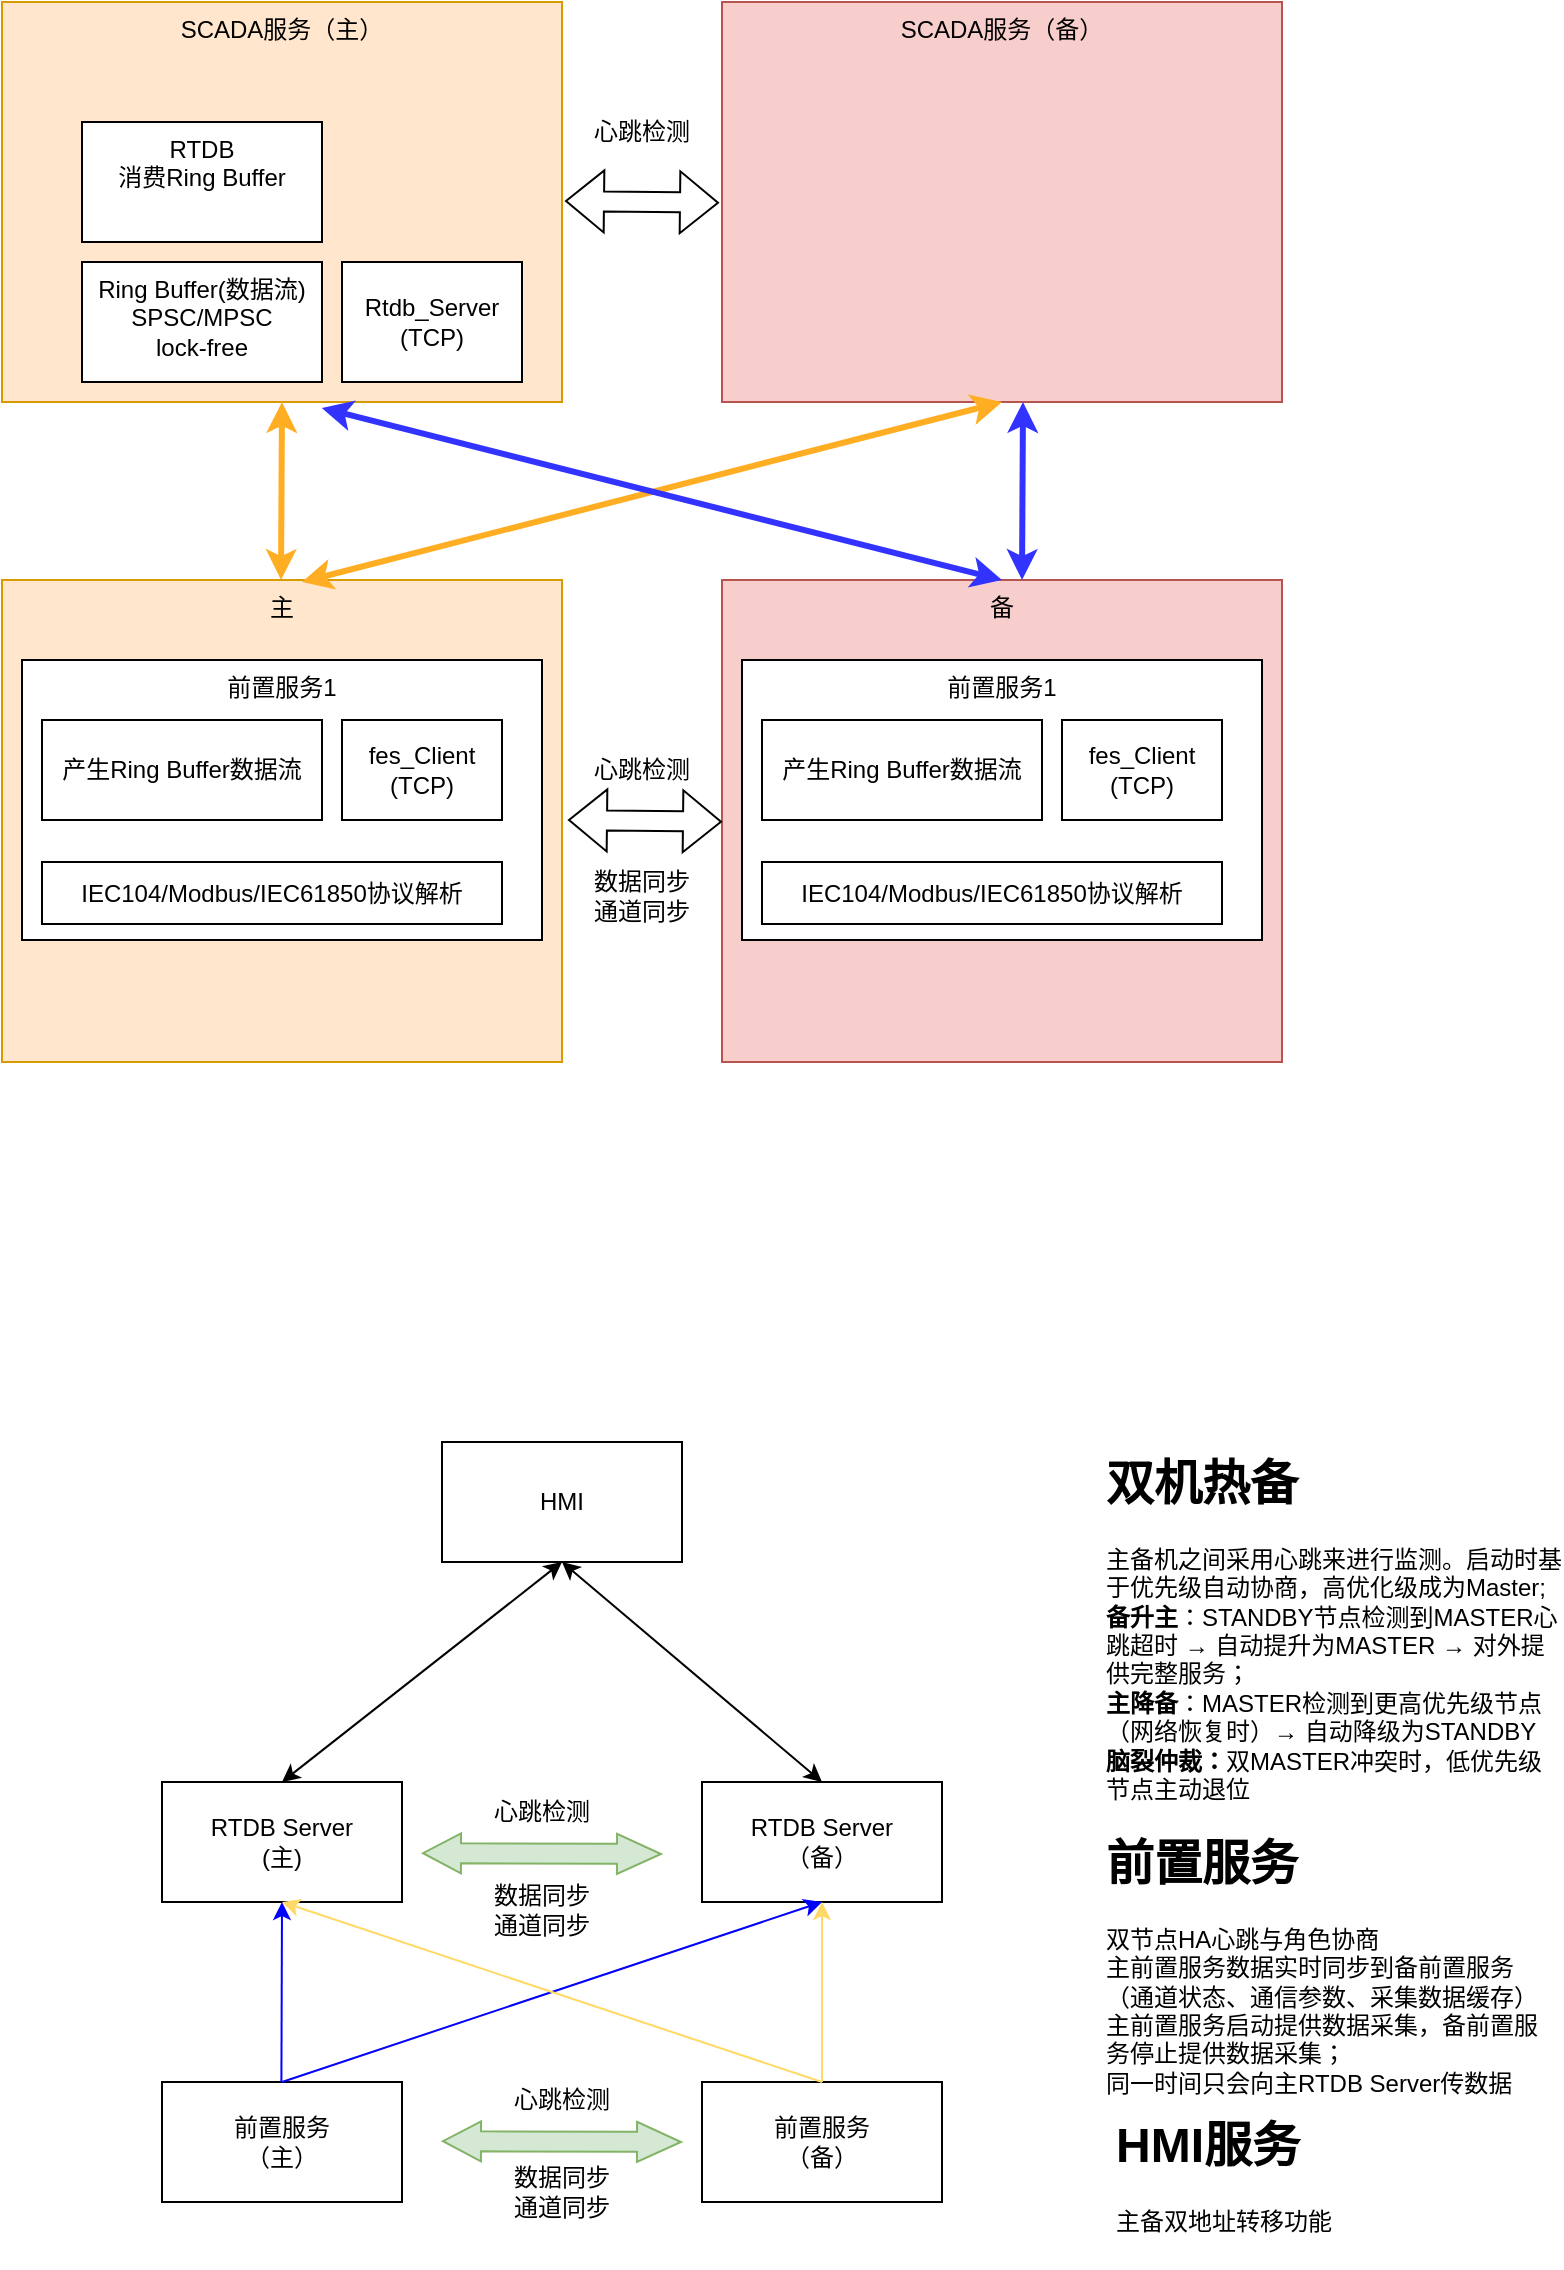
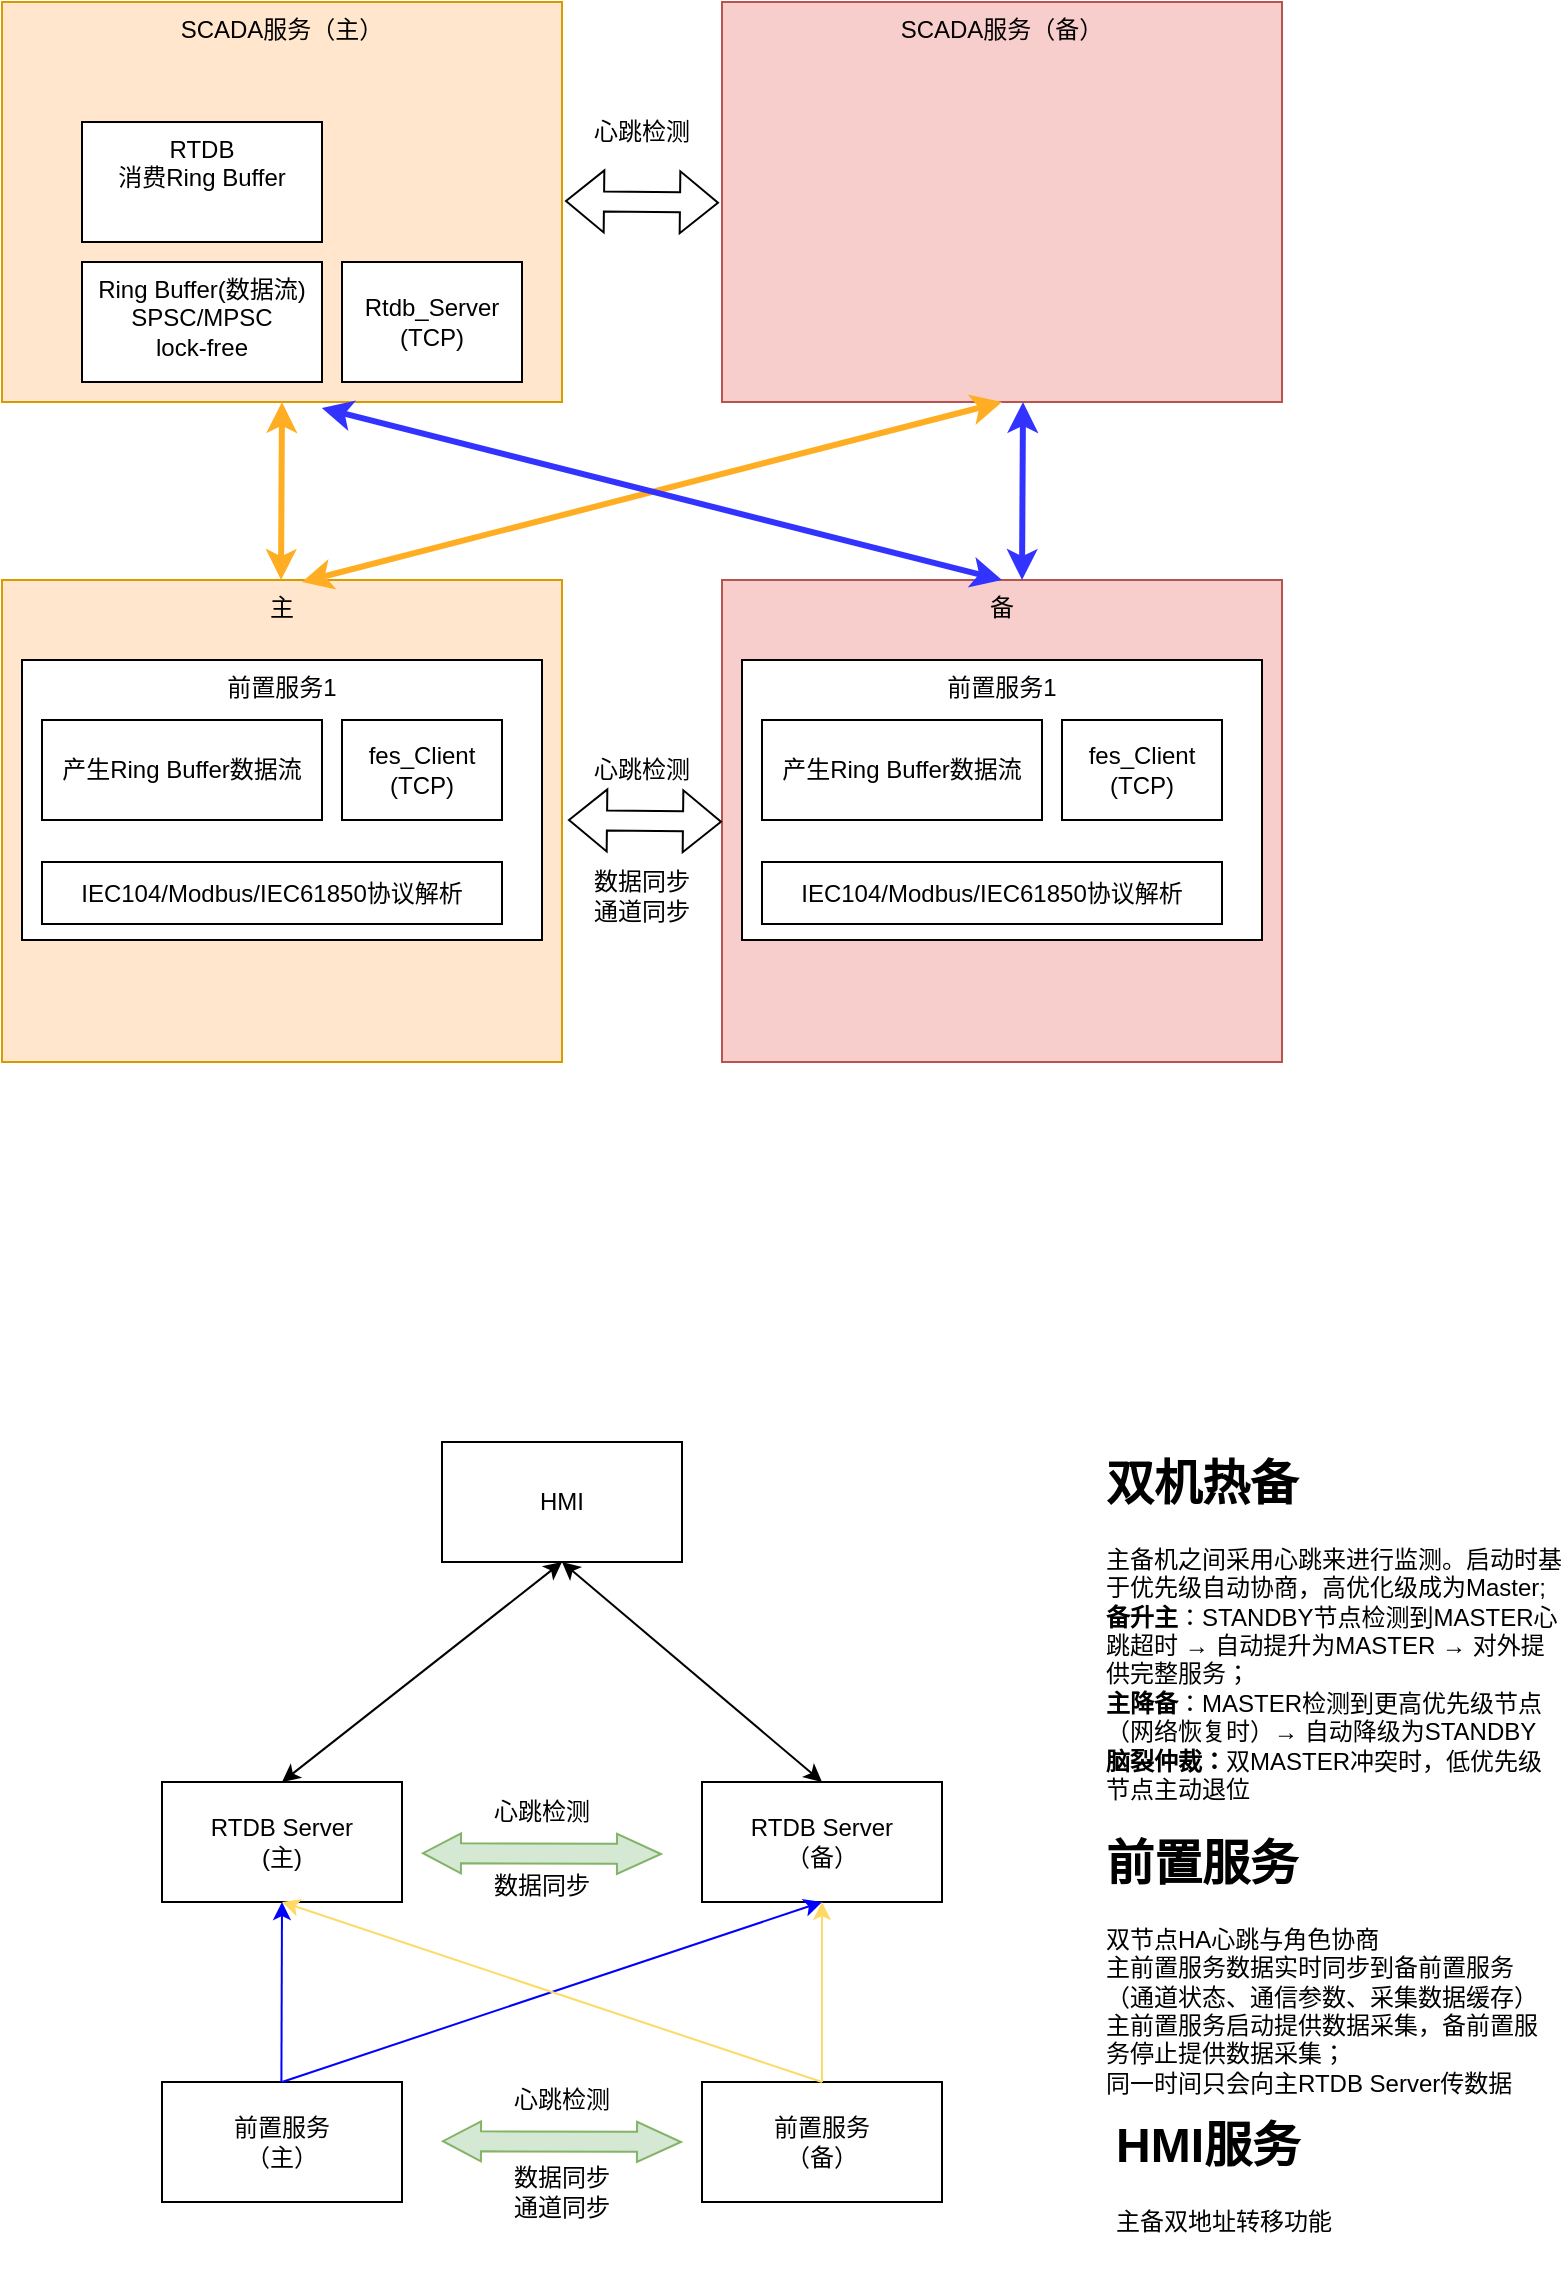
<mxfile host="app.diagrams.net">
  <diagram name="第 1 页" id="B8DYWfWQNEIOsyKvfK1-">
    <mxGraphModel dx="824" dy="457" grid="1" gridSize="10" guides="1" tooltips="1" connect="1" arrows="1" fold="1" page="1" pageScale="1" pageWidth="827" pageHeight="1169" math="0" shadow="0">
      <root>
        <mxCell id="0" />
        <mxCell id="1" parent="0" />
        <mxCell id="kAXPQYTb_9ZiN3N-kw4B-1" parent="1" style="rounded=0;whiteSpace=wrap;html=1;verticalAlign=top;fillColor=#ffe6cc;strokeColor=#d79b00;" value="SCADA服务（主）" vertex="1">
          <mxGeometry height="200" width="280" x="50" y="200" as="geometry" />
        </mxCell>
        <mxCell id="kAXPQYTb_9ZiN3N-kw4B-2" parent="1" style="rounded=0;whiteSpace=wrap;html=1;verticalAlign=top;fillColor=#ffe6cc;strokeColor=#d79b00;" value="主" vertex="1">
          <mxGeometry height="241" width="280" x="50" y="489" as="geometry" />
        </mxCell>
        <mxCell id="kAXPQYTb_9ZiN3N-kw4B-4" parent="1" style="rounded=0;whiteSpace=wrap;html=1;verticalAlign=top;fillColor=#f8cecc;strokeColor=#b85450;" value="SCADA服务（备）" vertex="1">
          <mxGeometry height="200" width="280" x="410" y="200" as="geometry" />
        </mxCell>
        <mxCell id="kAXPQYTb_9ZiN3N-kw4B-5" parent="1" style="rounded=0;whiteSpace=wrap;html=1;verticalAlign=top;align=center;" value="前置服务1" vertex="1">
          <mxGeometry height="140" width="260" x="60" y="529" as="geometry" />
        </mxCell>
        <mxCell id="kAXPQYTb_9ZiN3N-kw4B-9" parent="1" style="rounded=0;whiteSpace=wrap;html=1;verticalAlign=top;" value="Ring Buffer(数据流)&lt;div&gt;SPSC/MPSC&lt;/div&gt;&lt;div&gt;lock-free&lt;/div&gt;" vertex="1">
          <mxGeometry height="60" width="120" x="90" y="330" as="geometry" />
        </mxCell>
        <mxCell id="kAXPQYTb_9ZiN3N-kw4B-10" parent="1" style="rounded=0;whiteSpace=wrap;html=1;verticalAlign=top;" value="RTDB&lt;div&gt;消费Ring Buffer&lt;/div&gt;" vertex="1">
          <mxGeometry height="60" width="120" x="90" y="260" as="geometry" />
        </mxCell>
        <mxCell id="kAXPQYTb_9ZiN3N-kw4B-11" parent="1" style="rounded=0;whiteSpace=wrap;html=1;" value="产生Ring Buffer数据流" vertex="1">
          <mxGeometry height="50" width="140" x="70" y="559" as="geometry" />
        </mxCell>
        <mxCell id="kAXPQYTb_9ZiN3N-kw4B-12" edge="1" parent="1" style="endArrow=classic;startArrow=classic;html=1;rounded=0;entryX=0.5;entryY=1;entryDx=0;entryDy=0;strokeColor=#FFAE23;strokeWidth=3;" target="kAXPQYTb_9ZiN3N-kw4B-1" value="">
          <mxGeometry height="50" relative="1" width="50" as="geometry">
            <mxPoint x="189.5" y="489" as="sourcePoint" />
            <mxPoint x="189.5" y="423" as="targetPoint" />
          </mxGeometry>
        </mxCell>
        <mxCell id="kAXPQYTb_9ZiN3N-kw4B-13" parent="1" style="rounded=0;whiteSpace=wrap;html=1;" value="fes_Client&lt;div&gt;(TCP)&lt;/div&gt;" vertex="1">
          <mxGeometry height="50" width="80" x="220" y="559" as="geometry" />
        </mxCell>
        <mxCell id="kAXPQYTb_9ZiN3N-kw4B-15" parent="1" style="rounded=0;whiteSpace=wrap;html=1;" value="Rtdb_Server&lt;div&gt;(TCP)&lt;/div&gt;" vertex="1">
          <mxGeometry height="60" width="90" x="220" y="330" as="geometry" />
        </mxCell>
        <mxCell id="kAXPQYTb_9ZiN3N-kw4B-16" edge="1" parent="1" style="endArrow=classic;startArrow=classic;html=1;rounded=0;entryX=0.5;entryY=1;entryDx=0;entryDy=0;strokeColor=#FFAE23;strokeWidth=3;" target="kAXPQYTb_9ZiN3N-kw4B-4" value="">
          <mxGeometry height="50" relative="1" width="50" as="geometry">
            <mxPoint x="200" y="490" as="sourcePoint" />
            <mxPoint x="219" y="423" as="targetPoint" />
          </mxGeometry>
        </mxCell>
        <mxCell id="kAXPQYTb_9ZiN3N-kw4B-17" parent="1" style="rounded=0;whiteSpace=wrap;html=1;verticalAlign=top;fillColor=#f8cecc;strokeColor=#b85450;" value="备" vertex="1">
          <mxGeometry height="241" width="280" x="410" y="489" as="geometry" />
        </mxCell>
        <mxCell id="kAXPQYTb_9ZiN3N-kw4B-18" parent="1" style="rounded=0;whiteSpace=wrap;html=1;verticalAlign=top;align=center;" value="前置服务1" vertex="1">
          <mxGeometry height="140" width="260" x="420" y="529" as="geometry" />
        </mxCell>
        <mxCell id="kAXPQYTb_9ZiN3N-kw4B-20" parent="1" style="rounded=0;whiteSpace=wrap;html=1;" value="产生Ring Buffer数据流" vertex="1">
          <mxGeometry height="50" width="140" x="430" y="559" as="geometry" />
        </mxCell>
        <mxCell id="kAXPQYTb_9ZiN3N-kw4B-21" parent="1" style="rounded=0;whiteSpace=wrap;html=1;" value="fes_Client&lt;div&gt;(TCP)&lt;/div&gt;" vertex="1">
          <mxGeometry height="50" width="80" x="580" y="559" as="geometry" />
        </mxCell>
        <mxCell id="kAXPQYTb_9ZiN3N-kw4B-22" edge="1" parent="1" style="endArrow=classic;startArrow=classic;html=1;rounded=0;entryX=0.5;entryY=1;entryDx=0;entryDy=0;strokeColor=#3333FF;strokeWidth=3;" value="">
          <mxGeometry height="50" relative="1" width="50" as="geometry">
            <mxPoint x="560" y="489" as="sourcePoint" />
            <mxPoint x="560.5" y="400" as="targetPoint" />
          </mxGeometry>
        </mxCell>
        <mxCell id="kAXPQYTb_9ZiN3N-kw4B-23" edge="1" parent="1" source="kAXPQYTb_9ZiN3N-kw4B-17" style="endArrow=classic;startArrow=classic;html=1;rounded=0;entryX=0.571;entryY=1.015;entryDx=0;entryDy=0;entryPerimeter=0;strokeWidth=3;strokeColor=#3333FF;exitX=0.5;exitY=0;exitDx=0;exitDy=0;" target="kAXPQYTb_9ZiN3N-kw4B-1" value="">
          <mxGeometry height="50" relative="1" width="50" as="geometry">
            <mxPoint x="550" y="480" as="sourcePoint" />
            <mxPoint x="590" y="439" as="targetPoint" />
          </mxGeometry>
        </mxCell>
        <mxCell id="kAXPQYTb_9ZiN3N-kw4B-25" edge="1" parent="1" style="shape=flexArrow;endArrow=classic;startArrow=classic;html=1;rounded=0;entryX=0.025;entryY=0.556;entryDx=0;entryDy=0;entryPerimeter=0;" value="">
          <mxGeometry height="100" relative="1" width="100" as="geometry">
            <mxPoint x="333" y="609" as="sourcePoint" />
            <mxPoint x="410" y="609.836" as="targetPoint" />
          </mxGeometry>
        </mxCell>
        <mxCell id="kAXPQYTb_9ZiN3N-kw4B-26" parent="1" style="text;html=1;whiteSpace=wrap;strokeColor=none;fillColor=none;align=center;verticalAlign=middle;rounded=0;" value="心跳检测" vertex="1">
          <mxGeometry height="30" width="60" x="340" y="569" as="geometry" />
        </mxCell>
        <mxCell id="kAXPQYTb_9ZiN3N-kw4B-31" parent="1" style="rounded=0;whiteSpace=wrap;html=1;" value="IEC104/Modbus/IEC61850协议解析" vertex="1">
          <mxGeometry height="31" width="230" x="70" y="630" as="geometry" />
        </mxCell>
        <mxCell id="kAXPQYTb_9ZiN3N-kw4B-32" parent="1" style="rounded=0;whiteSpace=wrap;html=1;" value="IEC104/Modbus/IEC61850协议解析" vertex="1">
          <mxGeometry height="31" width="230" x="430" y="630" as="geometry" />
        </mxCell>
        <mxCell id="kAXPQYTb_9ZiN3N-kw4B-33" edge="1" parent="1" style="shape=flexArrow;endArrow=classic;startArrow=classic;html=1;rounded=0;entryX=0.025;entryY=0.556;entryDx=0;entryDy=0;entryPerimeter=0;" value="">
          <mxGeometry height="100" relative="1" width="100" as="geometry">
            <mxPoint x="331.5" y="299.5" as="sourcePoint" />
            <mxPoint x="408.5" y="300.336" as="targetPoint" />
          </mxGeometry>
        </mxCell>
        <mxCell id="kAXPQYTb_9ZiN3N-kw4B-39" parent="1" style="text;html=1;whiteSpace=wrap;strokeColor=none;fillColor=none;align=center;verticalAlign=middle;rounded=0;" value="数据同步&lt;div&gt;通道同步&lt;/div&gt;" vertex="1">
          <mxGeometry height="30" width="60" x="340" y="632" as="geometry" />
        </mxCell>
        <mxCell id="3wZPl1CzNyx5cLSE645p-1" parent="1" style="text;html=1;whiteSpace=wrap;strokeColor=none;fillColor=none;align=center;verticalAlign=middle;rounded=0;" value="心跳检测" vertex="1">
          <mxGeometry height="30" width="60" x="340" y="250" as="geometry" />
        </mxCell>
        <mxCell id="3wZPl1CzNyx5cLSE645p-2" parent="1" style="rounded=0;whiteSpace=wrap;html=1;" value="HMI" vertex="1">
          <mxGeometry height="60" width="120" x="270" y="920" as="geometry" />
        </mxCell>
        <mxCell id="3wZPl1CzNyx5cLSE645p-3" parent="1" style="rounded=0;whiteSpace=wrap;html=1;" value="&lt;div&gt;RTDB Server&lt;/div&gt;(主)" vertex="1">
          <mxGeometry height="60" width="120" x="130" y="1090" as="geometry" />
        </mxCell>
        <mxCell id="3wZPl1CzNyx5cLSE645p-4" parent="1" style="rounded=0;whiteSpace=wrap;html=1;" value="&lt;div&gt;RTDB Server&lt;/div&gt;&lt;div&gt;（备）&lt;/div&gt;" vertex="1">
          <mxGeometry height="60" width="120" x="400" y="1090" as="geometry" />
        </mxCell>
        <mxCell id="3wZPl1CzNyx5cLSE645p-5" parent="1" style="rounded=0;whiteSpace=wrap;html=1;" value="&lt;div&gt;前置服务&lt;/div&gt;（主）" vertex="1">
          <mxGeometry height="60" width="120" x="130" y="1240" as="geometry" />
        </mxCell>
        <mxCell id="3wZPl1CzNyx5cLSE645p-6" parent="1" style="rounded=0;whiteSpace=wrap;html=1;" value="&lt;div&gt;前置服务&lt;/div&gt;&lt;div&gt;（备）&lt;/div&gt;" vertex="1">
          <mxGeometry height="60" width="120" x="400" y="1240" as="geometry" />
        </mxCell>
        <mxCell id="3wZPl1CzNyx5cLSE645p-7" edge="1" parent="1" style="shape=flexArrow;endArrow=classic;startArrow=classic;html=1;rounded=0;startWidth=9;startSize=6;endWidth=9;endSize=7;fillColor=#d5e8d4;strokeColor=#82b366;" value="">
          <mxGeometry height="100" relative="1" width="100" as="geometry">
            <mxPoint x="270" y="1269.57" as="sourcePoint" />
            <mxPoint x="390" y="1270" as="targetPoint" />
          </mxGeometry>
        </mxCell>
        <mxCell id="3wZPl1CzNyx5cLSE645p-8" parent="1" style="text;html=1;whiteSpace=wrap;strokeColor=none;fillColor=none;align=center;verticalAlign=middle;rounded=0;" value="心跳检测" vertex="1">
          <mxGeometry height="30" width="60" x="300" y="1234" as="geometry" />
        </mxCell>
        <mxCell id="3wZPl1CzNyx5cLSE645p-9" parent="1" style="text;html=1;whiteSpace=wrap;strokeColor=none;fillColor=none;align=center;verticalAlign=middle;rounded=0;" value="数据同步&lt;div&gt;通道同步&lt;/div&gt;" vertex="1">
          <mxGeometry height="30" width="60" x="300" y="1280" as="geometry" />
        </mxCell>
        <mxCell id="3wZPl1CzNyx5cLSE645p-10" edge="1" parent="1" style="endArrow=classic;html=1;rounded=0;entryX=0.5;entryY=1;entryDx=0;entryDy=0;strokeColor=#0000FF;" target="3wZPl1CzNyx5cLSE645p-3" value="">
          <mxGeometry height="50" relative="1" width="50" as="geometry">
            <mxPoint x="189.7" y="1240" as="sourcePoint" />
            <mxPoint x="189.7" y="1180" as="targetPoint" />
          </mxGeometry>
        </mxCell>
        <mxCell id="3wZPl1CzNyx5cLSE645p-11" edge="1" parent="1" style="endArrow=classic;html=1;rounded=0;entryX=0.5;entryY=1;entryDx=0;entryDy=0;strokeColor=#0000FF;" target="3wZPl1CzNyx5cLSE645p-4" value="">
          <mxGeometry height="50" relative="1" width="50" as="geometry">
            <mxPoint x="190" y="1240" as="sourcePoint" />
            <mxPoint x="240" y="1190" as="targetPoint" />
          </mxGeometry>
        </mxCell>
        <mxCell id="3wZPl1CzNyx5cLSE645p-12" edge="1" parent="1" style="endArrow=classic;html=1;rounded=0;strokeColor=#FFD966;" value="">
          <mxGeometry height="50" relative="1" width="50" as="geometry">
            <mxPoint x="460" y="1240" as="sourcePoint" />
            <mxPoint x="460" y="1150" as="targetPoint" />
          </mxGeometry>
        </mxCell>
        <mxCell id="3wZPl1CzNyx5cLSE645p-13" edge="1" parent="1" source="3wZPl1CzNyx5cLSE645p-6" style="endArrow=classic;html=1;rounded=0;exitX=0.5;exitY=0;exitDx=0;exitDy=0;entryX=0.5;entryY=1;entryDx=0;entryDy=0;strokeColor=#FFD966;" target="3wZPl1CzNyx5cLSE645p-3" value="">
          <mxGeometry height="50" relative="1" width="50" as="geometry">
            <mxPoint x="360" y="1220" as="sourcePoint" />
            <mxPoint x="360" y="1130" as="targetPoint" />
          </mxGeometry>
        </mxCell>
        <mxCell id="3wZPl1CzNyx5cLSE645p-14" edge="1" parent="1" style="endArrow=classic;startArrow=classic;html=1;rounded=0;entryX=0.5;entryY=1;entryDx=0;entryDy=0;" target="3wZPl1CzNyx5cLSE645p-2" value="">
          <mxGeometry height="50" relative="1" width="50" as="geometry">
            <mxPoint x="190" y="1090" as="sourcePoint" />
            <mxPoint x="240" y="1040" as="targetPoint" />
          </mxGeometry>
        </mxCell>
        <mxCell id="3wZPl1CzNyx5cLSE645p-15" edge="1" parent="1" style="endArrow=classic;startArrow=classic;html=1;rounded=0;entryX=0.5;entryY=1;entryDx=0;entryDy=0;" target="3wZPl1CzNyx5cLSE645p-2" value="">
          <mxGeometry height="50" relative="1" width="50" as="geometry">
            <mxPoint x="460" y="1090" as="sourcePoint" />
            <mxPoint x="600" y="980" as="targetPoint" />
          </mxGeometry>
        </mxCell>
        <mxCell id="3wZPl1CzNyx5cLSE645p-16" parent="1" style="text;html=1;whiteSpace=wrap;overflow=hidden;rounded=0;" value="&lt;h1 style=&quot;margin-top: 0px;&quot;&gt;前置服务&lt;/h1&gt;&lt;div&gt;双节点HA心跳与角色协商&lt;/div&gt;&lt;div&gt;主前置服务数据实时同步到备前置服务（通道状态、通信参数、采集数据缓存）&lt;/div&gt;&lt;div&gt;主前置服务启动提供数据采集，备前置服务停止提供数据采集；&lt;/div&gt;&lt;div&gt;同一时间只会向主RTDB Server传数据&lt;/div&gt;&lt;p&gt;&lt;br&gt;&lt;/p&gt;&lt;p&gt;&lt;br&gt;&lt;/p&gt;" vertex="1">
          <mxGeometry height="141" width="220" x="600" y="1110" as="geometry" />
        </mxCell>
        <mxCell id="3wZPl1CzNyx5cLSE645p-17" parent="1" style="text;html=1;whiteSpace=wrap;overflow=hidden;rounded=0;" value="&lt;h1 style=&quot;margin-top: 0px;&quot;&gt;双机热备&lt;/h1&gt;&lt;div&gt;主备机之间采用心跳来进行监测。启动时基于优先级自动协商，高优化级成为Master;&amp;nbsp;&lt;/div&gt;&lt;div&gt;&lt;b&gt;备升主&lt;/b&gt;：STANDBY节点检测到MASTER心跳超时 → 自动提升为MASTER → 对外提供完整服务；&lt;/div&gt;&lt;div&gt;&lt;strong&gt;主降备&lt;/strong&gt;：MASTER检测到更高优先级节点（网络恢复时）→ 自动降级为STANDBY&lt;/div&gt;&lt;div&gt;&lt;b&gt;脑裂仲裁：&lt;/b&gt;双MASTER冲突时，低优先级节点主动退位&lt;/div&gt;" vertex="1">
          <mxGeometry height="180" width="230" x="600" y="920" as="geometry" />
        </mxCell>
        <mxCell id="3wZPl1CzNyx5cLSE645p-18" edge="1" parent="1" style="shape=flexArrow;endArrow=classic;startArrow=classic;html=1;rounded=0;startWidth=9;startSize=6;endWidth=9;endSize=7;fillColor=#d5e8d4;strokeColor=#82b366;" value="">
          <mxGeometry height="100" relative="1" width="100" as="geometry">
            <mxPoint x="260" y="1125.57" as="sourcePoint" />
            <mxPoint x="380" y="1126" as="targetPoint" />
          </mxGeometry>
        </mxCell>
        <mxCell id="3wZPl1CzNyx5cLSE645p-19" parent="1" style="text;html=1;whiteSpace=wrap;strokeColor=none;fillColor=none;align=center;verticalAlign=middle;rounded=0;" value="心跳检测" vertex="1">
          <mxGeometry height="30" width="60" x="290" y="1090" as="geometry" />
        </mxCell>
        <mxCell id="3wZPl1CzNyx5cLSE645p-20" parent="1" style="text;html=1;whiteSpace=wrap;overflow=hidden;rounded=0;" value="&lt;h1 style=&quot;margin-top: 0px;&quot;&gt;HMI服务&lt;/h1&gt;主备双地址转移功能&lt;p&gt;&lt;br&gt;&lt;/p&gt;&lt;p&gt;&lt;br&gt;&lt;/p&gt;" vertex="1">
          <mxGeometry height="79" width="220" x="605" y="1251" as="geometry" />
        </mxCell>
-         <mxCell id="KGKrghQkVs_gpMz36t_8-1" parent="1" style="text;html=1;whiteSpace=wrap;strokeColor=none;fillColor=none;align=center;verticalAlign=middle;rounded=0;" value="数据同步&lt;div&gt;通道同步&lt;/div&gt;" vertex="1">
-           <mxGeometry height="30" width="60" x="290" y="1139" as="geometry" />
+         <mxCell id="KGKrghQkVs_gpMz36t_8-1" parent="1" style="text;html=1;whiteSpace=wrap;strokeColor=none;fillColor=none;align=center;verticalAlign=middle;rounded=0;" value="数据同步" vertex="1">
+           <mxGeometry height="30" width="60" x="290" y="1127" as="geometry" />
        </mxCell>
      </root>
    </mxGraphModel>
  </diagram>
</mxfile>
